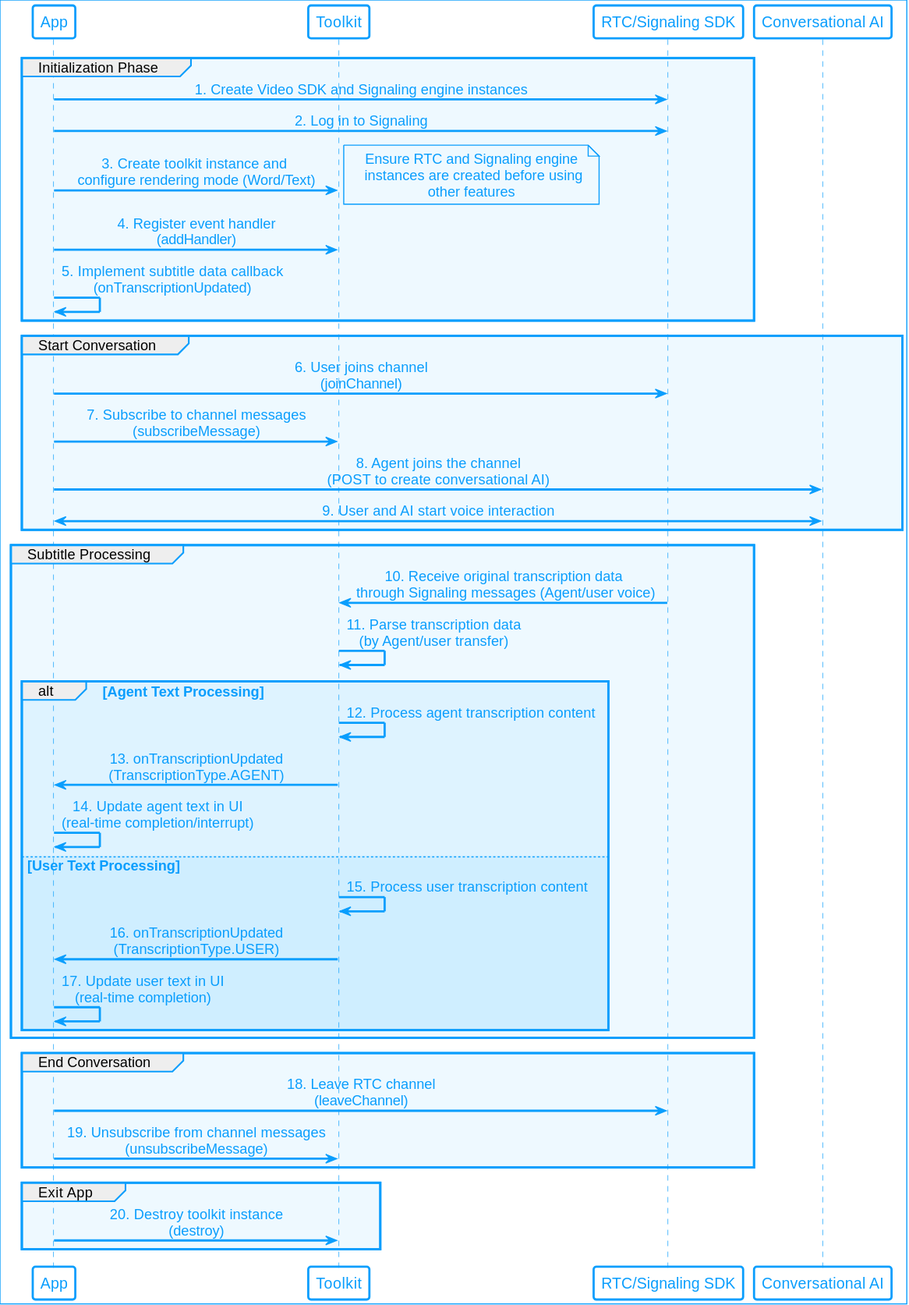
Earlier version of the PlantUML export assets/images/conversational-ai/transcript-workflow.svg (AgoraIO/Docs-Source). The source it was exported from:
```plantuml
@startuml
!include ../video-sdk/agora_skin.iuml

participant "App" as App
participant "Toolkit" as SDK
participant "RTC/Signaling SDK" as RTC
participant "Conversational AI" as AI

group Initialization Phase
App -> RTC: 1. Create Video SDK and Signaling engine instances
App -> RTC: 2. Log in to Signaling
App -> SDK: 3. Create toolkit instance and \nconfigure rendering mode (Word/Text)
note right: Ensure RTC and Signaling engine\n instances are created before using\nother features
App -> SDK: 4. Register event handler\n(addHandler)
App -> App: 5. Implement subtitle data callback\n(onTranscriptionUpdated)
end

group Start Conversation
App -> RTC: 6. User joins channel\n(joinChannel)
App -> SDK: 7. Subscribe to channel messages\n(subscribeMessage)
App -> AI: 8. Agent joins the channel\n(POST to create conversational AI)
App <-> AI: 9. User and AI start voice interaction
end

group Subtitle Processing
RTC -> SDK: 10. Receive original transcription data\n through Signaling messages (Agent/user voice)
SDK -> SDK: 11. Parse transcription data\n(by Agent/user transfer)
alt Agent Text Processing
    SDK -> SDK: 12. Process agent transcription content
    SDK -> App: 13. onTranscriptionUpdated\n(TranscriptionType.AGENT)
    App -> App: 14. Update agent text in UI\n(real-time completion/interrupt)
else User Text Processing
    SDK -> SDK: 15. Process user transcription content
    SDK -> App: 16. onTranscriptionUpdated\n(TranscriptionType.USER)
    App -> App: 17. Update user text in UI\n(real-time completion)
end
end

group End Conversation
App -> RTC: 18. Leave RTC channel\n(leaveChannel)
App -> SDK: 19. Unsubscribe from channel messages\n(unsubscribeMessage)
end

group Exit App
App -> SDK: 20. Destroy toolkit instance\n(destroy)
end
@enduml
```
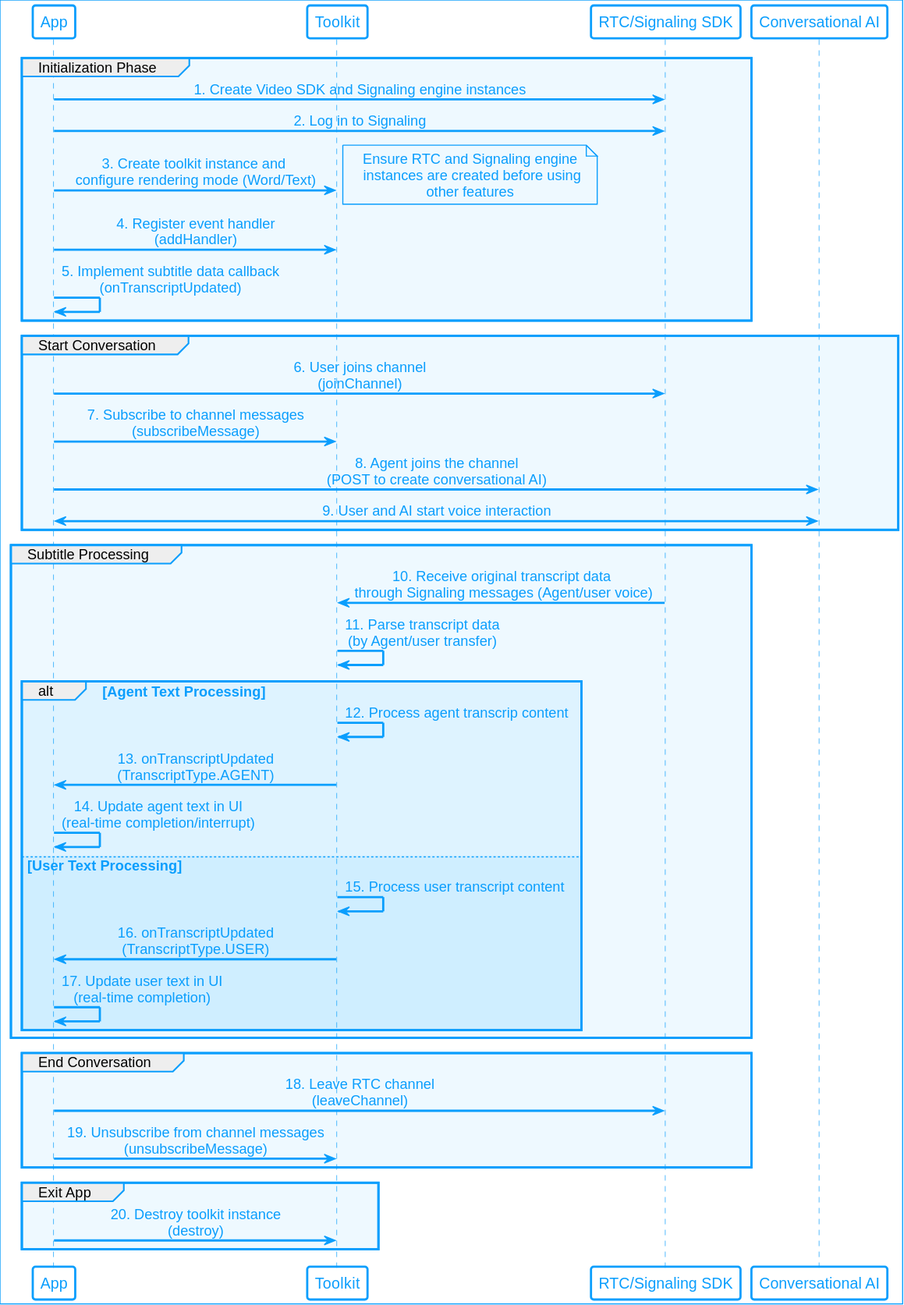
The same file after the commit.

The edit, as a diff of the source:
```diff
@@ -12,7 +12,7 @@
 App -> SDK: 3. Create toolkit instance and \nconfigure rendering mode (Word/Text)
 note right: Ensure RTC and Signaling engine\n instances are created before using\nother features
 App -> SDK: 4. Register event handler\n(addHandler)
-App -> App: 5. Implement subtitle data callback\n(onTranscriptionUpdated)
+App -> App: 5. Implement subtitle data callback\n(onTranscriptUpdated)
 end
 
 group Start Conversation
@@ -23,15 +23,15 @@
 end
 
 group Subtitle Processing
-RTC -> SDK: 10. Receive original transcription data\n through Signaling messages (Agent/user voice)
-SDK -> SDK: 11. Parse transcription data\n(by Agent/user transfer)
+RTC -> SDK: 10. Receive original transcript data\n through Signaling messages (Agent/user voice)
+SDK -> SDK: 11. Parse transcript data\n(by Agent/user transfer)
 alt Agent Text Processing
-    SDK -> SDK: 12. Process agent transcription content
-    SDK -> App: 13. onTranscriptionUpdated\n(TranscriptionType.AGENT)
+    SDK -> SDK: 12. Process agent transcrip content
+    SDK -> App: 13. onTranscriptUpdated\n(TranscriptType.AGENT)
     App -> App: 14. Update agent text in UI\n(real-time completion/interrupt)
 else User Text Processing
-    SDK -> SDK: 15. Process user transcription content
-    SDK -> App: 16. onTranscriptionUpdated\n(TranscriptionType.USER)
+    SDK -> SDK: 15. Process user transcript content
+    SDK -> App: 16. onTranscriptUpdated\n(TranscriptType.USER)
     App -> App: 17. Update user text in UI\n(real-time completion)
 end
 end
```
